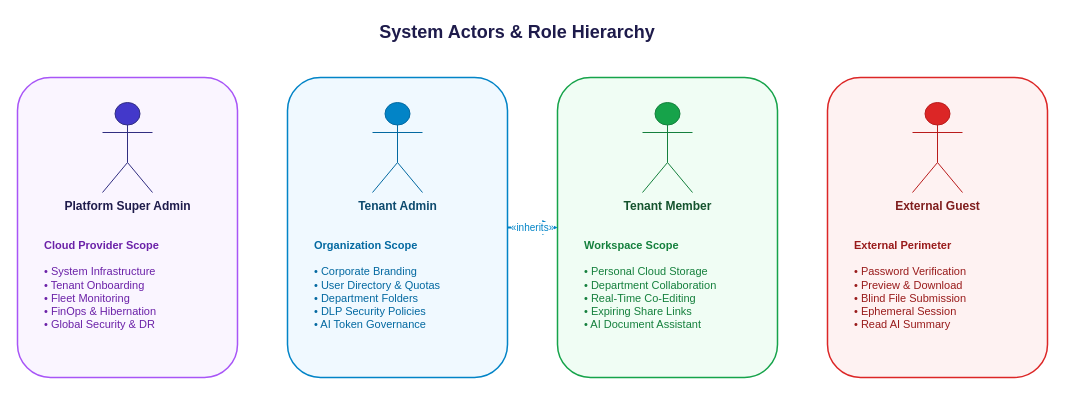
Above: 4_actors_lineup.drawio in FilestoreCloud/docs (draw.io), before the change. Source tidied: cells renumbered, new cells numbered last; positions are measured from the earlier drawing's top-left corner, leaving out a move shared by most shapes. Both pictures are drawn from the tidied source at 100%, with x=0, y=0 at pixel (17, 17).
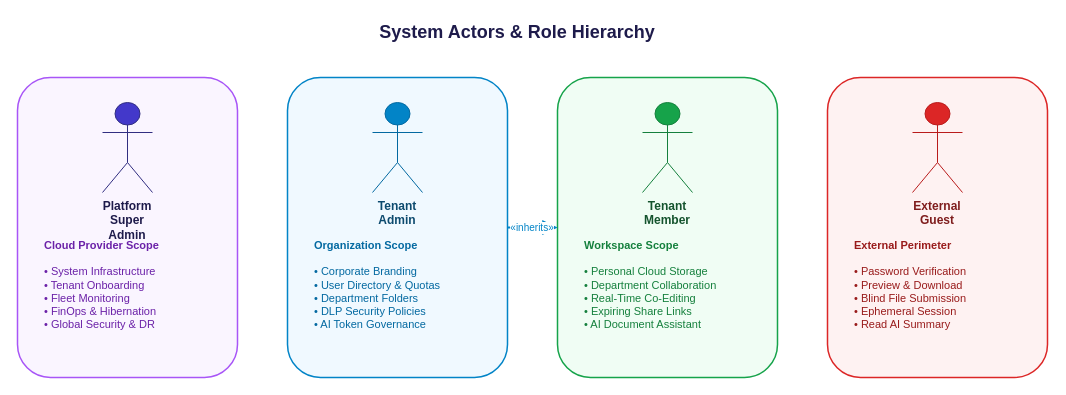
Above is the later version.

What changed in the source:
```diff
@@
 <mxGraphModel>
   <root>
     <mxCell id="0" />
     <mxCell id="1" parent="0" />
     <mxCell id="2" value="System Actors &amp; Role Hierarchy" style="text;html=1;strokeColor=none;fillColor=none;align=center;verticalAlign=middle;whiteSpace=wrap;rounded=0;fontStyle=1;fontSize=18;fontColor=#1E1B4B;" parent="1" vertex="1">
       <mxGeometry x="300" width="400" height="30" as="geometry" />
     </mxCell>
     <mxCell id="3" style="rounded=1;whiteSpace=wrap;html=1;fillColor=#FAF5FF;strokeColor=#A855F7;strokeWidth=1.5;" parent="1" vertex="1">
       <mxGeometry y="60" width="220" height="300" as="geometry" />
     </mxCell>
-    <mxCell id="4" value="&lt;b&gt;Platform Super Admin&lt;/b&gt;" style="shape=umlActor;verticalLabelPosition=bottom;verticalAlign=top;html=1;fillColor=#4338CA;strokeColor=#312E81;fontColor=#1E1B4B;fontSize=12;" parent="3" vertex="1">
+    <mxCell id="4" value="&lt;b&gt;Platform Super Admin&lt;/b&gt;" style="shape=umlActor;verticalLabelPosition=bottom;verticalAlign=top;html=1;fillColor=#4338CA;strokeColor=#312E81;fontColor=#1E1B4B;fontSize=12;whiteSpace=wrap;" parent="3" vertex="1">
       <mxGeometry x="85" y="25" width="50" height="90" as="geometry" />
     </mxCell>
     <mxCell id="5" value="&lt;b&gt;Cloud Provider Scope&lt;/b&gt;&lt;br&gt;&lt;br&gt;• System Infrastructure&lt;br&gt;• Tenant Onboarding&lt;br&gt;• Fleet Monitoring&lt;br&gt;• FinOps &amp; Hibernation&lt;br&gt;• Global Security &amp; DR" style="text;html=1;strokeColor=none;fillColor=none;align=left;verticalAlign=top;whiteSpace=wrap;rounded=0;fontSize=11;fontColor=#6B21A8;" parent="3" vertex="1">
       <mxGeometry x="25" y="155" width="170" height="120" as="geometry" />
     </mxCell>
     <mxCell id="6" style="rounded=1;whiteSpace=wrap;html=1;fillColor=#F0F9FF;strokeColor=#0284C7;strokeWidth=1.5;" parent="1" vertex="1">
       <mxGeometry x="270" y="60" width="220" height="300" as="geometry" />
     </mxCell>
-    <mxCell id="7" value="&lt;b&gt;Tenant Admin&lt;/b&gt;" style="shape=umlActor;verticalLabelPosition=bottom;verticalAlign=top;html=1;fillColor=#0284C7;strokeColor=#0369A1;fontColor=#0C4A6E;fontSize=12;" parent="6" vertex="1">
+    <mxCell id="7" value="&lt;b&gt;Tenant Admin&lt;/b&gt;" style="shape=umlActor;verticalLabelPosition=bottom;verticalAlign=top;html=1;fillColor=#0284C7;strokeColor=#0369A1;fontColor=#0C4A6E;fontSize=12;whiteSpace=wrap;" parent="6" vertex="1">
       <mxGeometry x="85" y="25" width="50" height="90" as="geometry" />
     </mxCell>
     <mxCell id="8" value="&lt;b&gt;Organization Scope&lt;/b&gt;&lt;br&gt;&lt;br&gt;• Corporate Branding&lt;br&gt;• User Directory &amp; Quotas&lt;br&gt;• Department Folders&lt;br&gt;• DLP Security Policies&lt;br&gt;• AI Token Governance" style="text;html=1;strokeColor=none;fillColor=none;align=left;verticalAlign=top;whiteSpace=wrap;rounded=0;fontSize=11;fontColor=#0369A1;" parent="6" vertex="1">
       <mxGeometry x="25" y="155" width="170" height="120" as="geometry" />
     </mxCell>
     <mxCell id="9" style="rounded=1;whiteSpace=wrap;html=1;fillColor=#F0FDF4;strokeColor=#16A34A;strokeWidth=1.5;" parent="1" vertex="1">
       <mxGeometry x="540" y="60" width="220" height="300" as="geometry" />
     </mxCell>
-    <mxCell id="10" value="&lt;b&gt;Tenant Member&lt;/b&gt;" style="shape=umlActor;verticalLabelPosition=bottom;verticalAlign=top;html=1;fillColor=#16A34A;strokeColor=#15803D;fontColor=#14532D;fontSize=12;" parent="9" vertex="1">
+    <mxCell id="10" value="&lt;b&gt;Tenant Member&lt;/b&gt;" style="shape=umlActor;verticalLabelPosition=bottom;verticalAlign=top;html=1;fillColor=#16A34A;strokeColor=#15803D;fontColor=#14532D;fontSize=12;whiteSpace=wrap;" parent="9" vertex="1">
       <mxGeometry x="85" y="25" width="50" height="90" as="geometry" />
     </mxCell>
     <mxCell id="11" value="&lt;b&gt;Workspace Scope&lt;/b&gt;&lt;br&gt;&lt;br&gt;• Personal Cloud Storage&lt;br&gt;• Department Collaboration&lt;br&gt;• Real-Time Co-Editing&lt;br&gt;• Expiring Share Links&lt;br&gt;• AI Document Assistant" style="text;html=1;strokeColor=none;fillColor=none;align=left;verticalAlign=top;whiteSpace=wrap;rounded=0;fontSize=11;fontColor=#15803D;" parent="9" vertex="1">
       <mxGeometry x="25" y="155" width="170" height="120" as="geometry" />
     </mxCell>
     <mxCell id="12" style="rounded=1;whiteSpace=wrap;html=1;fillColor=#FEF2F2;strokeColor=#DC2626;strokeWidth=1.5;" parent="1" vertex="1">
       <mxGeometry x="810" y="60" width="220" height="300" as="geometry" />
     </mxCell>
-    <mxCell id="13" value="&lt;b&gt;External Guest&lt;/b&gt;" style="shape=umlActor;verticalLabelPosition=bottom;verticalAlign=top;html=1;fillColor=#DC2626;strokeColor=#B91C1C;fontColor=#7F1D1D;fontSize=12;" parent="12" vertex="1">
+    <mxCell id="13" value="&lt;b&gt;External Guest&lt;/b&gt;" style="shape=umlActor;verticalLabelPosition=bottom;verticalAlign=top;html=1;fillColor=#DC2626;strokeColor=#B91C1C;fontColor=#7F1D1D;fontSize=12;whiteSpace=wrap;" parent="12" vertex="1">
       <mxGeometry x="85" y="25" width="50" height="90" as="geometry" />
     </mxCell>
     <mxCell id="14" value="&lt;b&gt;External Perimeter&lt;/b&gt;&lt;br&gt;&lt;br&gt;• Password Verification&lt;br&gt;• Preview &amp; Download&lt;br&gt;• Blind File Submission&lt;br&gt;• Ephemeral Session&lt;br&gt;• Read AI Summary" style="text;html=1;strokeColor=none;fillColor=none;align=left;verticalAlign=top;whiteSpace=wrap;rounded=0;fontSize=11;fontColor=#991B1B;" parent="12" vertex="1">
       <mxGeometry x="25" y="155" width="170" height="120" as="geometry" />
     </mxCell>
-    <mxCell id="15" value="&amp;laquo;inherits&amp;raquo;" style="edgeStyle=none;html=1;strokeColor=#0284C7;strokeWidth=2;endArrow=block;endFill=0;endSize=10;fontSize=10;fontColor=#0284C7;align=center;" parent="1" edge="1" source="6" target="9">
+    <mxCell id="15" value="&amp;laquo;inherits&amp;raquo;" style="edgeStyle=none;html=1;strokeColor=#0284C7;strokeWidth=2;endArrow=block;endFill=0;endSize=10;fontSize=10;fontColor=#0284C7;align=center;whiteSpace=wrap;" parent="1" edge="1" source="6" target="9">
       <mxGeometry relative="1" as="geometry" />
     </mxCell>
   </root>
 </mxGraphModel>
```
